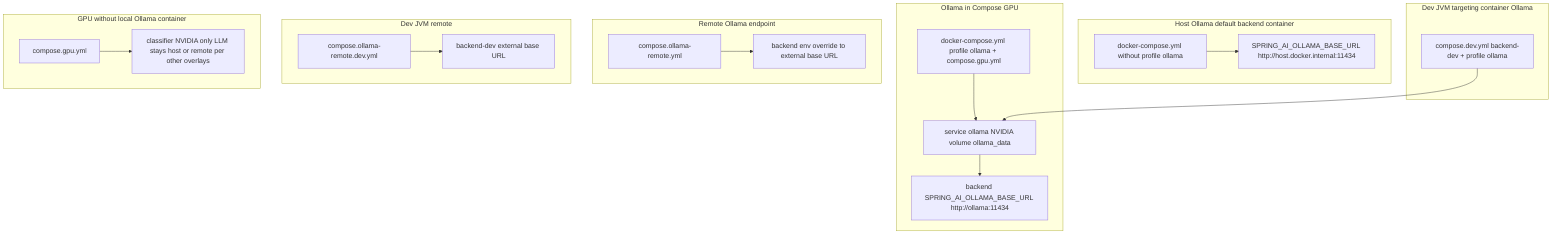
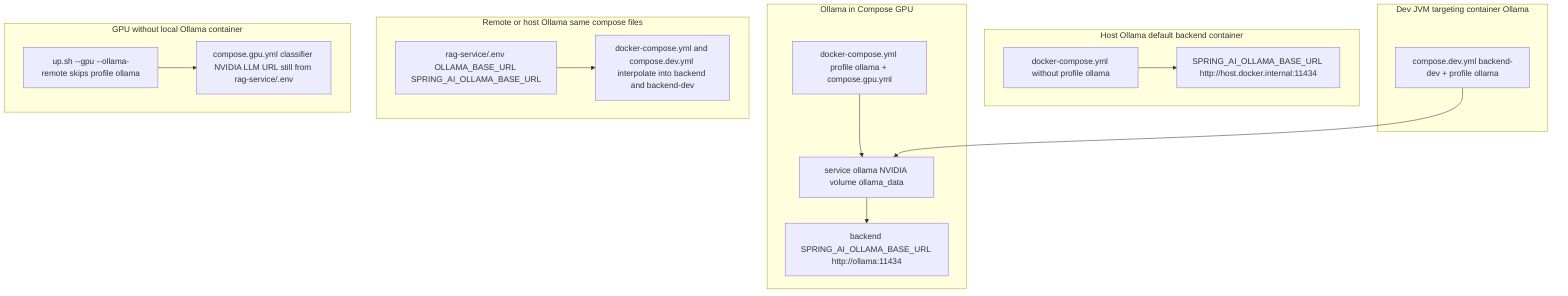
%% Ollama wiring matrix — composite URL wins over defaults in env files
flowchart TB
  subgraph hostpath [Host Ollama default backend container]
    H2["docker-compose.yml without profile ollama"]
    H1["SPRING_AI_OLLAMA_BASE_URL http://host.docker.internal:11434"]
    H2 --> H1
  end

  subgraph localgpu [Ollama in Compose GPU]
    L0[docker-compose.yml profile ollama + compose.gpu.yml]
    L2["service ollama NVIDIA volume ollama_data"]
    L3["backend SPRING_AI_OLLAMA_BASE_URL http://ollama:11434"]
    L0 --> L2 --> L3
  end

  subgraph localgpu_dev [Dev JVM targeting container Ollama]
    LD2["compose.dev.yml backend-dev + profile ollama"]
    LD2 --> L2
  end

-   subgraph remote [Remote Ollama endpoint]
-     R1[compose.ollama-remote.yml]
-     R2["backend env override to external base URL"]
+   subgraph remote [Remote or host Ollama same compose files]
+     R1["rag-service/.env OLLAMA_BASE_URL SPRING_AI_OLLAMA_BASE_URL"]
+     R2["docker-compose.yml and compose.dev.yml interpolate into backend and backend-dev"]
    R1 --> R2
  end

-   subgraph remote_dev [Dev JVM remote]
-     RD1[compose.ollama-remote.dev.yml]
-     RD2["backend-dev external base URL"]
-     RD1 --> RD2
-   end
- 
  subgraph gpuonly [GPU without local Ollama container]
-     G1[compose.gpu.yml]
-     G2["classifier NVIDIA only LLM stays host or remote per other overlays"]
+     G1["up.sh --gpu --ollama-remote skips profile ollama"]
+     G2["compose.gpu.yml classifier NVIDIA LLM URL still from rag-service/.env"]
    G1 --> G2
  end
